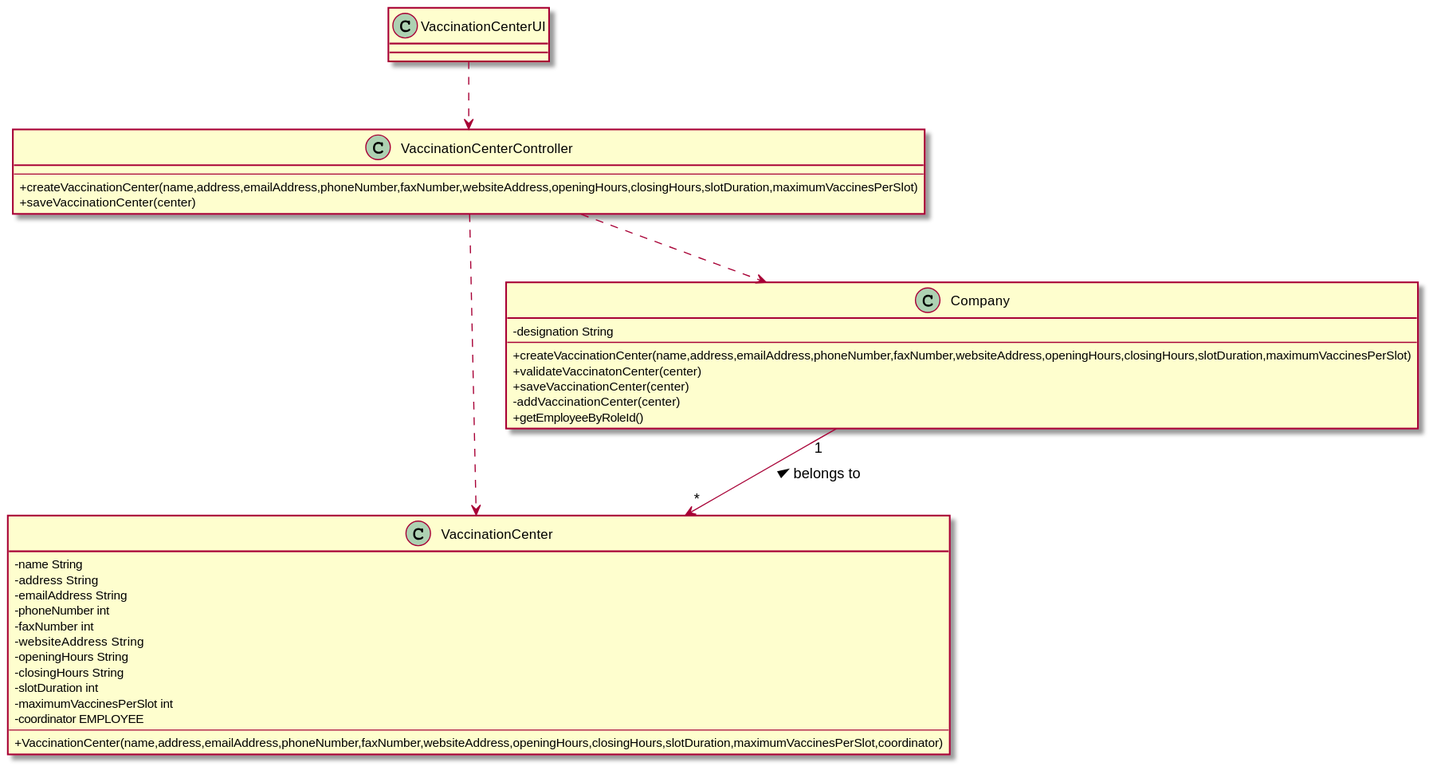
Above: docs/SprintB/US09/CD/US09_CD.svg in miseEnPlace-i/lapr2 (PlantUML), before the change.
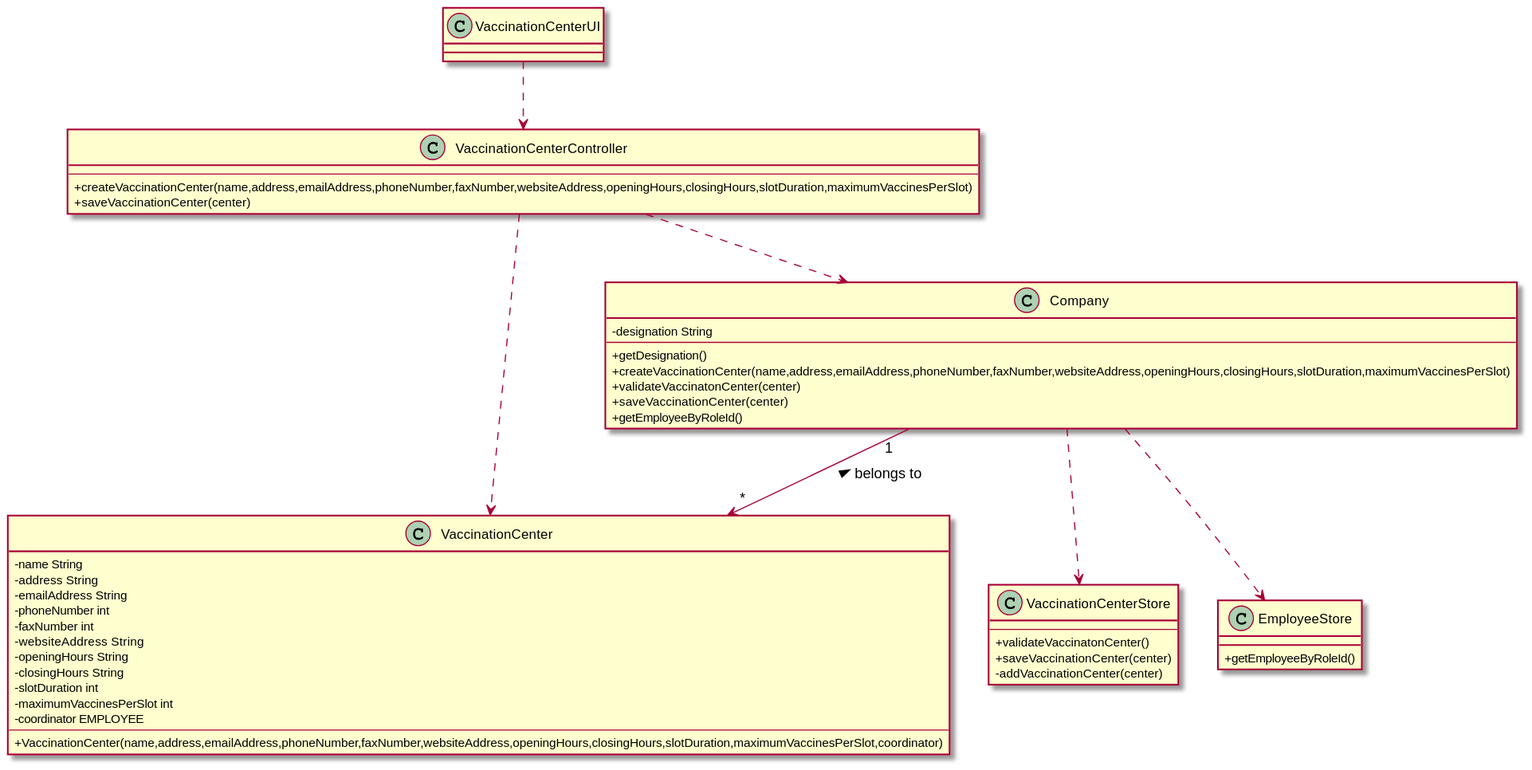
The same diagram one commit later.

Commit message:
docs(US09): added VaccinationStore and EmployeeStore to CD, added new CD.svg

The edit, as a diff of the source:
```diff
@@ -21,11 +21,22 @@
 class Company {
   -designation String
   ---
+  +getDesignation()
   +createVaccinationCenter(name,address,emailAddress,phoneNumber,faxNumber,websiteAddress,openingHours,closingHours,slotDuration,maximumVaccinesPerSlot)
   +validateVaccinatonCenter(center)
   +saveVaccinationCenter(center)
-  -addVaccinationCenter(center)
   +getEmployeeByRoleId()
+}
+
+class VaccinationCenterStore {
+---
++validateVaccinatonCenter()
++saveVaccinationCenter(center)
+-addVaccinationCenter(center)
+}
+
+class EmployeeStore {
++getEmployeeByRoleId()
 }
 
 class VaccinationCenterController {
@@ -40,5 +51,7 @@
 VaccinationCenterController ..> Company
 Company "1" --> "*" VaccinationCenter : belongs to <
 VaccinationCenterController ..> VaccinationCenter
+Company ..> VaccinationCenterStore
+Company ..> EmployeeStore
 
 @enduml
```
